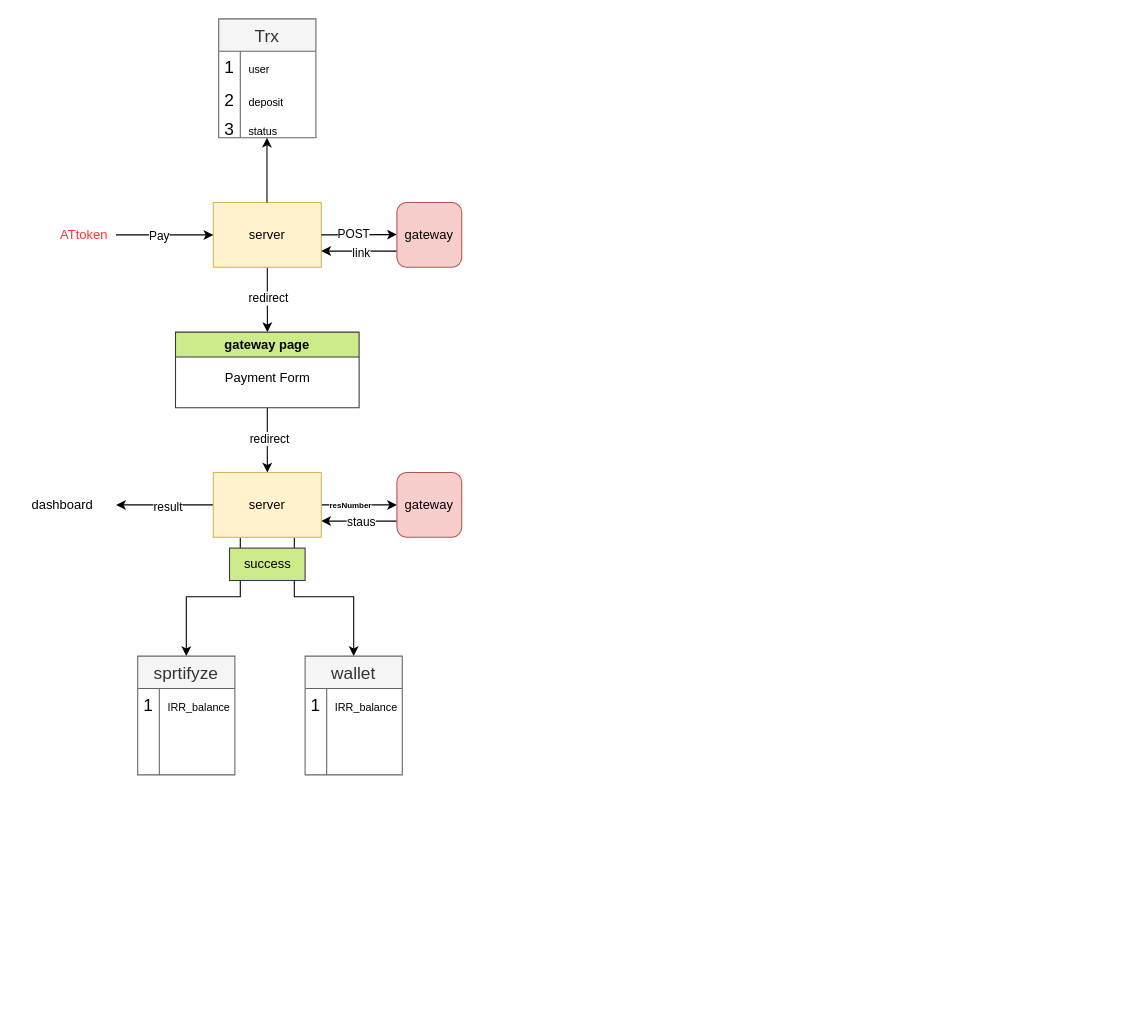
MatinJiridity/Payment_Processor keeps this draw.io diagram as Untitled Diagram.drawio. Above is the earlier version. Source tidied: cells renumbered, new cells numbered last; positions are measured from the earlier drawing's top-left corner, leaving out a move shared by most shapes. Both pictures are drawn from the tidied source at 108%, with x=0, y=0 at pixel (18, 18).
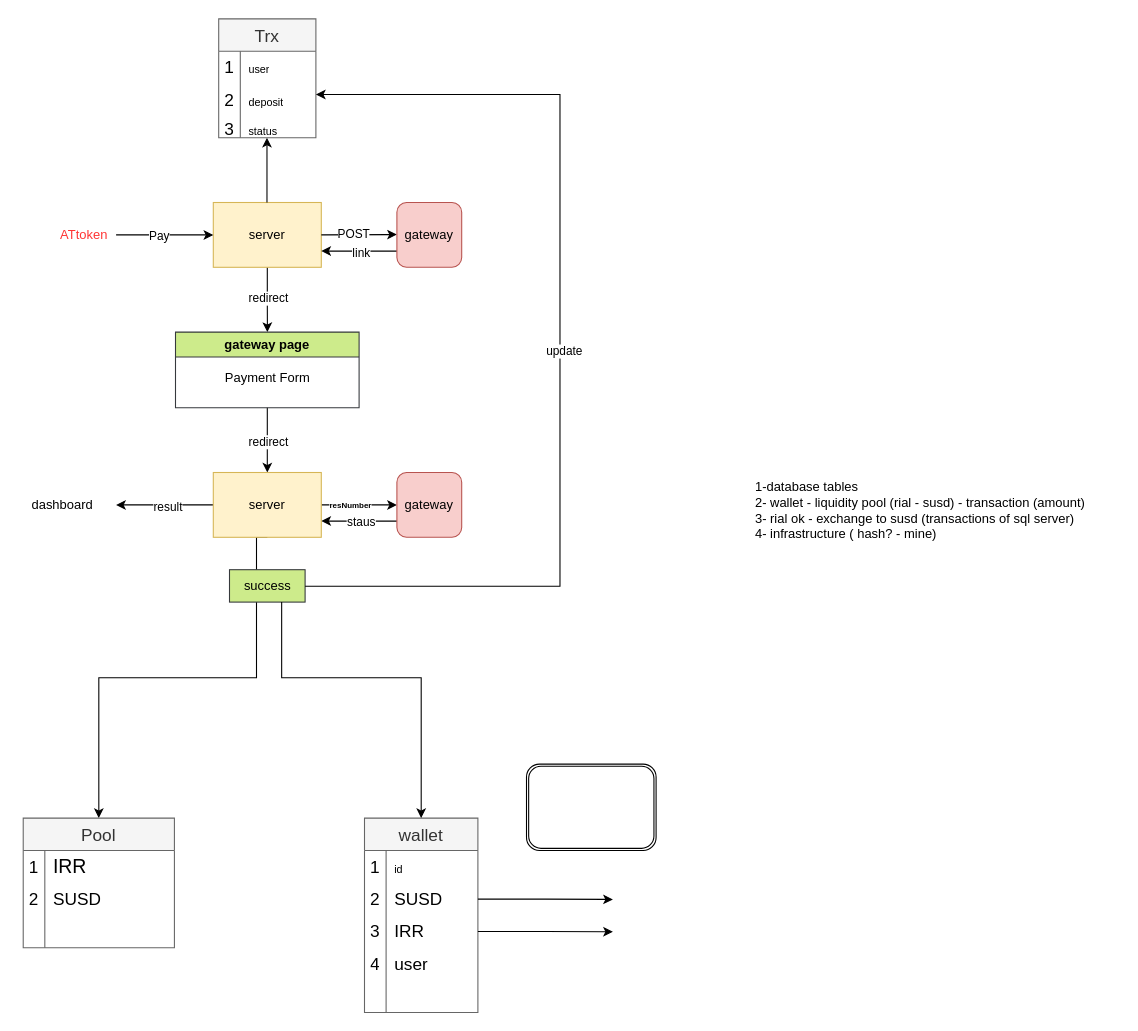
After the change.

Unchanged cells that the change refers to:
```xml
<mxCell id="12" style="edgeStyle=orthogonalEdgeStyle;rounded=0;jettySize=auto;html=1;exitX=0.5;exitY=1;exitDx=0;exitDy=0;" parent="1" edge="1" source="14">
  <mxGeometry relative="1" as="geometry">
    <mxPoint x="230" y="420" as="targetPoint" />
  </mxGeometry>
</mxCell>
<mxCell id="24" value="server" style="rounded=0;whiteSpace=wrap;html=1;fillColor=#fff2cc;strokeColor=#d6b656;" parent="1" vertex="1">
  <mxGeometry x="180" y="420" width="100" height="60" as="geometry" />
</mxCell>
```

Diff of the diagram source:
```diff
@@
     <mxCell id="13" value="redirect" style="edgeLabel;html=1;align=center;verticalAlign=middle;" parent="12" vertex="1">
-      <mxGeometry x="-0.06" y="1" relative="1" as="geometry" />
+      <mxGeometry x="-0.02" y="-1" relative="1" as="geometry" />
     </mxCell>
@@
-    <mxCell id="22" style="edgeStyle=orthogonalEdgeStyle;rounded=0;jettySize=auto;html=1;exitX=0.75;exitY=1;exitDx=0;exitDy=0;" parent="1" edge="1" source="24" target="37">
-      <mxGeometry relative="1" as="geometry" />
-    </mxCell>
-    <mxCell id="23" style="edgeStyle=orthogonalEdgeStyle;rounded=0;jettySize=auto;html=1;exitX=0.25;exitY=1;exitDx=0;exitDy=0;entryX=0.5;entryY=0;entryDx=0;entryDy=0;" parent="1" edge="1" source="24" target="26">
-      <mxGeometry relative="1" as="geometry" />
-    </mxCell>
+    <mxCell id="60" style="edgeStyle=orthogonalEdgeStyle;rounded=0;jettySize=auto;html=1;exitX=0.5;exitY=1;exitDx=0;exitDy=0;entryX=0.5;entryY=0;entryDx=0;entryDy=0;" parent="1" edge="1" source="24" target="68">
+      <mxGeometry relative="1" as="geometry">
+        <Array as="points">
+          <mxPoint x="220" y="480" />
+          <mxPoint x="220" y="610" />
+          <mxPoint x="74" y="610" />
+        </Array>
+      </mxGeometry>
+    </mxCell>
@@
-    <mxCell id="26" value="sprtifyze" style="shape=table;startSize=30;childLayout=tableLayout;rowLines=0;fontStyle=0;strokeColor=#666666;fontSize=16;fillColor=#f5f5f5;fontColor=#333333;" parent="1" vertex="1">
-      <mxGeometry x="110" y="590" width="90" height="110" as="geometry" />
-    </mxCell>
-    <mxCell id="27" style="shape=tableRow;horizontal=0;startSize=0;swimlaneHead=0;swimlaneBody=0;top=0;left=0;bottom=0;right=0;fillColor=none;strokeColor=inherit;fontSize=16;" parent="26" vertex="1">
-      <mxGeometry y="30" width="90" height="30" as="geometry" />
-    </mxCell>
-    <mxCell id="28" value="1" style="shape=partialRectangle;html=1;whiteSpace=wrap;fillColor=none;top=0;left=0;bottom=0;right=0;overflow=hidden;strokeColor=inherit;fontSize=16;" parent="27" vertex="1">
-      <mxGeometry width="20" height="30" as="geometry" />
-    </mxCell>
-    <mxCell id="29" value="&lt;font style=&quot;font-size: 10px;&quot;&gt;IRR_balance&lt;/font&gt;" style="shape=partialRectangle;html=1;whiteSpace=wrap;fillColor=none;top=0;left=0;bottom=0;right=0;align=left;spacingLeft=6;overflow=hidden;strokeColor=inherit;fontSize=16;" parent="27" vertex="1">
-      <mxGeometry x="20" width="70" height="30" as="geometry" />
-    </mxCell>
-    <mxCell id="30" style="shape=tableRow;horizontal=0;startSize=0;swimlaneHead=0;swimlaneBody=0;top=0;left=0;bottom=0;right=0;fillColor=none;strokeColor=inherit;fontSize=16;" parent="26" vertex="1">
-      <mxGeometry y="60" width="90" height="30" as="geometry" />
-    </mxCell>
-    <mxCell id="31" style="shape=partialRectangle;html=1;whiteSpace=wrap;fillColor=none;top=0;left=0;bottom=0;right=0;overflow=hidden;strokeColor=inherit;fontSize=16;" parent="30" vertex="1">
-      <mxGeometry width="20" height="30" as="geometry" />
-    </mxCell>
-    <mxCell id="32" style="shape=partialRectangle;html=1;whiteSpace=wrap;fillColor=none;top=0;left=0;bottom=0;right=0;align=left;spacingLeft=6;overflow=hidden;strokeColor=inherit;fontSize=16;" parent="30" vertex="1">
-      <mxGeometry x="20" width="70" height="30" as="geometry" />
-    </mxCell>
-    <mxCell id="33" style="shape=tableRow;horizontal=0;startSize=0;swimlaneHead=0;swimlaneBody=0;top=0;left=0;bottom=0;right=0;fillColor=none;strokeColor=inherit;fontSize=16;" parent="26" vertex="1">
-      <mxGeometry y="90" width="90" height="20" as="geometry" />
-    </mxCell>
-    <mxCell id="34" style="shape=partialRectangle;html=1;whiteSpace=wrap;fillColor=none;top=0;left=0;bottom=0;right=0;overflow=hidden;strokeColor=inherit;fontSize=16;" parent="33" vertex="1">
-      <mxGeometry width="20" height="20" as="geometry" />
-    </mxCell>
-    <mxCell id="35" style="shape=partialRectangle;html=1;whiteSpace=wrap;fillColor=none;top=0;left=0;bottom=0;right=0;align=left;spacingLeft=6;overflow=hidden;strokeColor=inherit;fontSize=16;" parent="33" vertex="1">
-      <mxGeometry x="20" width="70" height="20" as="geometry" />
-    </mxCell>
@@
     <mxCell id="37" value="wallet" style="shape=table;startSize=30;childLayout=tableLayout;rowLines=0;fontStyle=0;strokeColor=#666666;fontSize=16;fillColor=#f5f5f5;fontColor=#333333;" parent="1" vertex="1">
-      <mxGeometry x="265" y="590" width="90" height="110" as="geometry" />
+      <mxGeometry x="320" y="740" width="105" height="180" as="geometry" />
     </mxCell>
     <mxCell id="38" style="shape=tableRow;horizontal=0;startSize=0;swimlaneHead=0;swimlaneBody=0;top=0;left=0;bottom=0;right=0;fillColor=none;strokeColor=inherit;fontSize=16;" parent="37" vertex="1">
-      <mxGeometry y="30" width="90" height="30" as="geometry" />
+      <mxGeometry y="30" width="105" height="30" as="geometry" />
     </mxCell>
@@
-    <mxCell id="40" value="&lt;font style=&quot;font-size: 10px;&quot;&gt;IRR_balance&lt;/font&gt;" style="shape=partialRectangle;html=1;whiteSpace=wrap;fillColor=none;top=0;left=0;bottom=0;right=0;align=left;spacingLeft=6;overflow=hidden;strokeColor=inherit;fontSize=16;" parent="38" vertex="1">
-      <mxGeometry x="20" width="70" height="30" as="geometry" />
+    <mxCell id="40" value="&lt;span style=&quot;font-size: 10px;&quot;&gt;id&lt;/span&gt;" style="shape=partialRectangle;html=1;whiteSpace=wrap;fillColor=none;top=0;left=0;bottom=0;right=0;align=left;spacingLeft=6;overflow=hidden;strokeColor=inherit;fontSize=16;" parent="38" vertex="1">
+      <mxGeometry x="20" width="85" height="30" as="geometry" />
     </mxCell>
     <mxCell id="41" style="shape=tableRow;horizontal=0;startSize=0;swimlaneHead=0;swimlaneBody=0;top=0;left=0;bottom=0;right=0;fillColor=none;points=[[0,0.5],[1,0.5]];portConstraint=eastwest;strokeColor=inherit;fontSize=16;" parent="37" vertex="1">
-      <mxGeometry y="60" width="90" height="30" as="geometry" />
+      <mxGeometry y="60" width="105" height="30" as="geometry" />
     </mxCell>
-    <mxCell id="42" style="shape=partialRectangle;html=1;whiteSpace=wrap;fillColor=none;top=0;left=0;bottom=0;right=0;overflow=hidden;strokeColor=inherit;fontSize=16;" parent="41" vertex="1">
+    <mxCell id="42" value="2" style="shape=partialRectangle;html=1;whiteSpace=wrap;fillColor=none;top=0;left=0;bottom=0;right=0;overflow=hidden;strokeColor=inherit;fontSize=16;" parent="41" vertex="1">
       <mxGeometry width="20" height="30" as="geometry" />
     </mxCell>
-    <mxCell id="43" style="shape=partialRectangle;html=1;whiteSpace=wrap;fillColor=none;top=0;left=0;bottom=0;right=0;align=left;spacingLeft=6;overflow=hidden;strokeColor=inherit;fontSize=16;" parent="41" vertex="1">
-      <mxGeometry x="20" width="70" height="30" as="geometry" />
+    <mxCell id="43" value="&lt;font size=&quot;3&quot;&gt;SUSD&lt;/font&gt;" style="shape=partialRectangle;html=1;whiteSpace=wrap;fillColor=none;top=0;left=0;bottom=0;right=0;align=left;spacingLeft=6;overflow=hidden;strokeColor=inherit;fontSize=16;" parent="41" vertex="1">
+      <mxGeometry x="20" width="85" height="30" as="geometry" />
     </mxCell>
     <mxCell id="44" style="shape=tableRow;horizontal=0;startSize=0;swimlaneHead=0;swimlaneBody=0;top=0;left=0;bottom=0;right=0;fillColor=none;points=[[0,0.5],[1,0.5]];portConstraint=eastwest;strokeColor=inherit;fontSize=16;" parent="37" vertex="1">
-      <mxGeometry y="90" width="90" height="20" as="geometry" />
+      <mxGeometry y="90" width="105" height="30" as="geometry" />
     </mxCell>
-    <mxCell id="45" style="shape=partialRectangle;html=1;whiteSpace=wrap;fillColor=none;top=0;left=0;bottom=0;right=0;overflow=hidden;strokeColor=inherit;fontSize=16;" parent="44" vertex="1">
-      <mxGeometry width="20" height="20" as="geometry" />
+    <mxCell id="45" value="3" style="shape=partialRectangle;html=1;whiteSpace=wrap;fillColor=none;top=0;left=0;bottom=0;right=0;overflow=hidden;strokeColor=inherit;fontSize=16;" parent="44" vertex="1">
+      <mxGeometry width="20" height="30" as="geometry" />
     </mxCell>
-    <mxCell id="46" style="shape=partialRectangle;html=1;whiteSpace=wrap;fillColor=none;top=0;left=0;bottom=0;right=0;align=left;spacingLeft=6;overflow=hidden;strokeColor=inherit;fontSize=16;" parent="44" vertex="1">
-      <mxGeometry x="20" width="70" height="20" as="geometry" />
+    <mxCell id="46" value="IRR" style="shape=partialRectangle;html=1;whiteSpace=wrap;fillColor=none;top=0;left=0;bottom=0;right=0;align=left;spacingLeft=6;overflow=hidden;strokeColor=inherit;fontSize=16;" parent="44" vertex="1">
+      <mxGeometry x="20" width="85" height="30" as="geometry" />
     </mxCell>
+    <mxCell id="61" style="shape=tableRow;horizontal=0;startSize=0;swimlaneHead=0;swimlaneBody=0;top=0;left=0;bottom=0;right=0;fillColor=none;strokeColor=inherit;fontSize=16;" parent="37" vertex="1">
+      <mxGeometry y="120" width="105" height="30" as="geometry" />
+    </mxCell>
+    <mxCell id="62" value="4" style="shape=partialRectangle;html=1;whiteSpace=wrap;fillColor=none;top=0;left=0;bottom=0;right=0;overflow=hidden;strokeColor=inherit;fontSize=16;" parent="61" vertex="1">
+      <mxGeometry width="20" height="30" as="geometry" />
+    </mxCell>
+    <mxCell id="63" value="user" style="shape=partialRectangle;html=1;whiteSpace=wrap;fillColor=none;top=0;left=0;bottom=0;right=0;align=left;spacingLeft=6;overflow=hidden;strokeColor=inherit;fontSize=16;" parent="61" vertex="1">
+      <mxGeometry x="20" width="85" height="30" as="geometry" />
+    </mxCell>
+    <mxCell id="64" style="shape=tableRow;horizontal=0;startSize=0;swimlaneHead=0;swimlaneBody=0;top=0;left=0;bottom=0;right=0;fillColor=none;strokeColor=inherit;fontSize=16;" parent="37" vertex="1">
+      <mxGeometry y="150" width="105" height="30" as="geometry" />
+    </mxCell>
+    <mxCell id="65" style="shape=partialRectangle;html=1;whiteSpace=wrap;fillColor=none;top=0;left=0;bottom=0;right=0;overflow=hidden;strokeColor=inherit;fontSize=16;" parent="64" vertex="1">
+      <mxGeometry width="20" height="30" as="geometry" />
+    </mxCell>
+    <mxCell id="66" style="shape=partialRectangle;html=1;whiteSpace=wrap;fillColor=none;top=0;left=0;bottom=0;right=0;align=left;spacingLeft=6;overflow=hidden;strokeColor=inherit;fontSize=16;" parent="64" vertex="1">
+      <mxGeometry x="20" width="85" height="30" as="geometry" />
+    </mxCell>
@@
     <mxCell id="57" value="success" style="text;html=1;align=center;verticalAlign=middle;strokeColor=#36393d;fillColor=#cdeb8b;" parent="1" vertex="1">
-      <mxGeometry x="195" y="490" width="70" height="30" as="geometry" />
+      <mxGeometry x="195" y="510" width="70" height="30" as="geometry" />
     </mxCell>
@@
+    <mxCell id="67" value="1-database tables &#10;2- wallet - liquidity pool (rial - susd) - transaction (amount) &#10;3- rial ok - exchange to susd (transactions of sql server) &#10;4- infrastructure ( hash? - mine)" style="text;whiteSpace=wrap;html=1;" parent="1" vertex="1">
+      <mxGeometry x="680" y="420" width="340" height="80" as="geometry" />
+    </mxCell>
+    <mxCell id="68" value="Pool" style="shape=table;startSize=30;childLayout=tableLayout;rowLines=0;fontStyle=0;strokeColor=#666666;fontSize=16;fillColor=#f5f5f5;fontColor=#333333;" parent="1" vertex="1">
+      <mxGeometry x="4" y="740" width="140" height="120" as="geometry" />
+    </mxCell>
+    <mxCell id="69" style="shape=tableRow;horizontal=0;startSize=0;swimlaneHead=0;swimlaneBody=0;top=0;left=0;bottom=0;right=0;fillColor=none;strokeColor=inherit;fontSize=16;" parent="68" vertex="1">
+      <mxGeometry y="30" width="140" height="30" as="geometry" />
+    </mxCell>
+    <mxCell id="28" value="1" style="shape=partialRectangle;html=1;whiteSpace=wrap;fillColor=none;top=0;left=0;bottom=0;right=0;overflow=hidden;strokeColor=inherit;fontSize=16;" parent="69" vertex="1">
+      <mxGeometry width="20" height="30" as="geometry" />
+    </mxCell>
+    <mxCell id="70" value="&lt;font style=&quot;font-size: 18px;&quot;&gt;IRR&lt;/font&gt;" style="shape=partialRectangle;html=1;whiteSpace=wrap;fillColor=none;top=0;left=0;bottom=0;right=0;align=left;spacingLeft=6;overflow=hidden;strokeColor=inherit;fontSize=16;" parent="69" vertex="1">
+      <mxGeometry x="20" width="120" height="30" as="geometry" />
+    </mxCell>
+    <mxCell id="71" style="shape=tableRow;horizontal=0;startSize=0;swimlaneHead=0;swimlaneBody=0;top=0;left=0;bottom=0;right=0;fillColor=none;strokeColor=inherit;fontSize=16;" parent="68" vertex="1">
+      <mxGeometry y="60" width="140" height="30" as="geometry" />
+    </mxCell>
+    <mxCell id="72" value="2" style="shape=partialRectangle;html=1;whiteSpace=wrap;fillColor=none;top=0;left=0;bottom=0;right=0;overflow=hidden;strokeColor=inherit;fontSize=16;" parent="71" vertex="1">
+      <mxGeometry width="20" height="30" as="geometry" />
+    </mxCell>
+    <mxCell id="73" value="SUSD" style="shape=partialRectangle;html=1;whiteSpace=wrap;fillColor=none;top=0;left=0;bottom=0;right=0;align=left;spacingLeft=6;overflow=hidden;strokeColor=inherit;fontSize=16;" parent="71" vertex="1">
+      <mxGeometry x="20" width="120" height="30" as="geometry" />
+    </mxCell>
+    <mxCell id="74" style="shape=tableRow;horizontal=0;startSize=0;swimlaneHead=0;swimlaneBody=0;top=0;left=0;bottom=0;right=0;fillColor=none;strokeColor=inherit;fontSize=16;" parent="68" vertex="1">
+      <mxGeometry y="90" width="140" height="30" as="geometry" />
+    </mxCell>
+    <mxCell id="75" style="shape=partialRectangle;html=1;whiteSpace=wrap;fillColor=none;top=0;left=0;bottom=0;right=0;overflow=hidden;strokeColor=inherit;fontSize=16;" parent="74" vertex="1">
+      <mxGeometry width="20" height="30" as="geometry" />
+    </mxCell>
+    <mxCell id="76" style="shape=partialRectangle;html=1;whiteSpace=wrap;fillColor=none;top=0;left=0;bottom=0;right=0;align=left;spacingLeft=6;overflow=hidden;strokeColor=inherit;fontSize=16;" parent="74" vertex="1">
+      <mxGeometry x="20" width="120" height="30" as="geometry" />
+    </mxCell>
+    <mxCell id="77" style="edgeStyle=orthogonalEdgeStyle;rounded=0;orthogonalLoop=1;jettySize=auto;html=1;exitX=1;exitY=0.5;exitDx=0;exitDy=0;entryX=1;entryY=0.678;entryDx=0;entryDy=0;entryPerimeter=0;" parent="1" edge="1">
+      <mxGeometry relative="1" as="geometry">
+        <mxPoint x="265" y="525.3" as="sourcePoint" />
+        <mxPoint x="275" y="70" as="targetPoint" />
+        <Array as="points">
+          <mxPoint x="501" y="525" />
+          <mxPoint x="501" y="70" />
+        </Array>
+      </mxGeometry>
+    </mxCell>
+    <mxCell id="78" value="update" style="edgeLabel;html=1;align=center;verticalAlign=middle;" parent="77" vertex="1">
+      <mxGeometry x="-0.01" y="-3" relative="1" as="geometry" />
+    </mxCell>
+    <mxCell id="79" style="edgeStyle=orthogonalEdgeStyle;rounded=0;jettySize=auto;html=1;exitX=0.69;exitY=1.15;exitDx=0;exitDy=0;exitPerimeter=0;entryX=0.5;entryY=0;entryDx=0;entryDy=0;" parent="1" edge="1" target="37">
+      <mxGeometry relative="1" as="geometry">
+        <mxPoint x="243.3" y="540" as="sourcePoint" />
+        <Array as="points">
+          <mxPoint x="243" y="610" />
+          <mxPoint x="373" y="610" />
+        </Array>
+      </mxGeometry>
+    </mxCell>
+    <mxCell id="80" style="edgeStyle=orthogonalEdgeStyle;rounded=0;jettySize=auto;html=1;exitX=1;exitY=0.5;exitDx=0;exitDy=0;" parent="1" edge="1" source="44">
+      <mxGeometry relative="1" as="geometry">
+        <mxPoint x="550" y="845.3" as="targetPoint" />
+      </mxGeometry>
+    </mxCell>
+    <mxCell id="81" style="edgeStyle=orthogonalEdgeStyle;rounded=0;jettySize=auto;html=1;exitX=1;exitY=0.5;exitDx=0;exitDy=0;" parent="1" edge="1" source="41">
+      <mxGeometry relative="1" as="geometry">
+        <mxPoint x="550" y="815.3" as="targetPoint" />
+      </mxGeometry>
+    </mxCell>
+    <mxCell id="82" style="shape=ext;double=1;rounded=1;whiteSpace=wrap;html=1;" parent="1" vertex="1">
+      <mxGeometry x="470" y="690" width="120" height="80" as="geometry" />
+    </mxCell>
```
